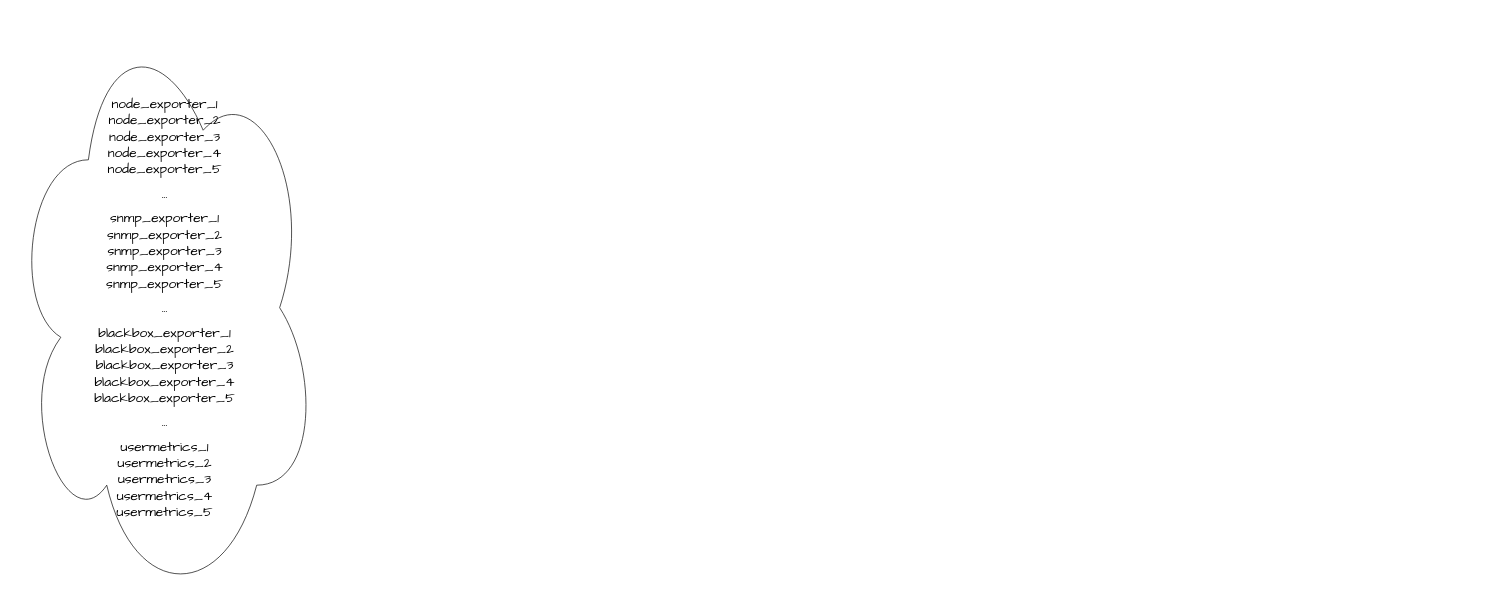
Above: 未命名绘图.drawio in mazikai002/huashan (draw.io), before the change. Source tidied: cells renumbered, new cells numbered last; positions are measured from the earlier drawing's top-left corner, leaving out a move shared by most shapes. Both pictures are drawn from the tidied source at 68%, with x=0, y=0 at pixel (12, 12).
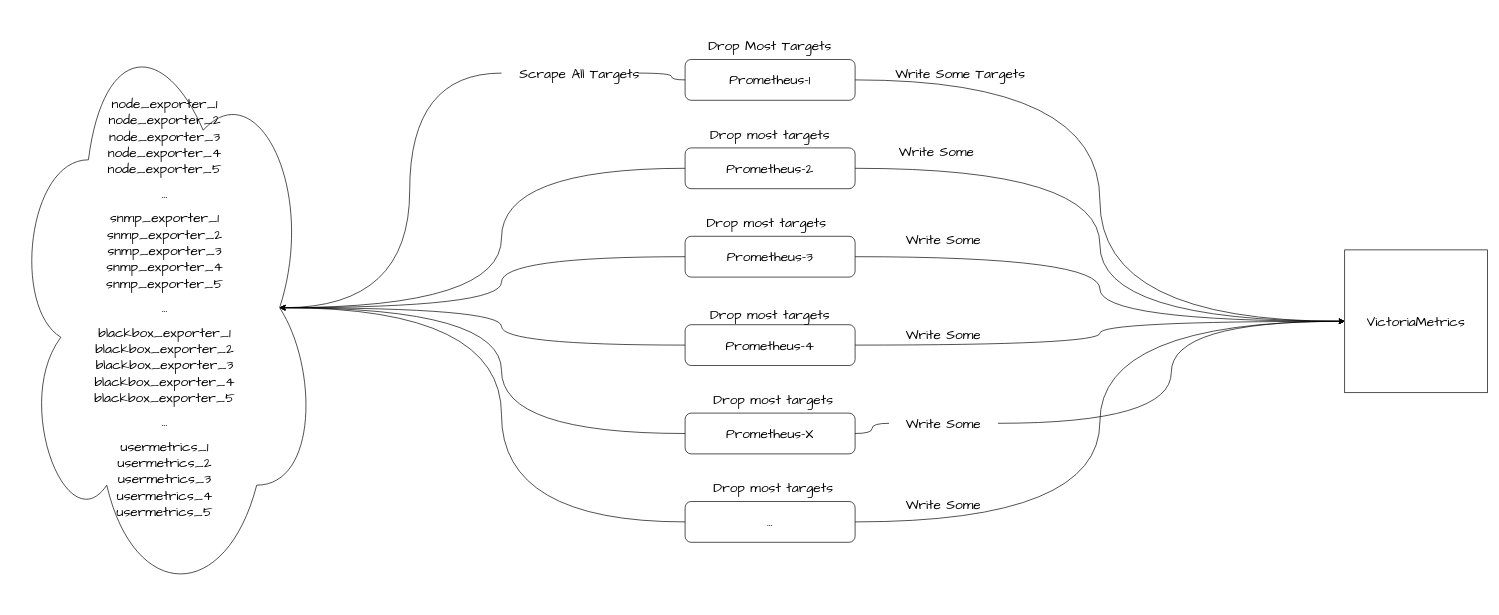
The same page after the edit.

Commit message (it also covers changes not shown here):
更新未命名绘图.drawio

Unchanged cells that the change refers to:
```xml
<mxCell id="2" value="&lt;p&gt;&lt;span style=&quot;font-family: &amp;quot;Comic Sans MS&amp;quot;; font-size: 20px;&quot;&gt;node&lt;/span&gt;&lt;span style=&quot;background-color: initial; font-family: &amp;quot;Comic Sans MS&amp;quot;; font-size: 20px;&quot;&gt;_exporter_1&lt;/span&gt;&lt;span style=&quot;font-family: &amp;quot;Comic Sans MS&amp;quot;; font-size: 20px;&quot;&gt;&lt;br&gt;&lt;/span&gt;&lt;span style=&quot;font-family: &amp;quot;Comic Sans MS&amp;quot;; font-size: 20px;&quot;&gt;node&lt;/span&gt;&lt;span style=&quot;background-color: initial; font-family: &amp;quot;Comic Sans MS&amp;quot;; font-size: 20px;&quot;&gt;_exporter_2&lt;/span&gt;&lt;span style=&quot;background-color: initial; font-family: &amp;quot;Comic Sans MS&amp;quot;; font-size: 20px;&quot;&gt;&lt;br&gt;&lt;/span&gt;&lt;span style=&quot;font-family: &amp;quot;Comic Sans MS&amp;quot;; font-size: 20px;&quot;&gt;node&lt;/span&gt;&lt;span style=&quot;background-color: initial; font-family: &amp;quot;Comic Sans MS&amp;quot;; font-size: 20px;&quot;&gt;_exporter_3&lt;/span&gt;&lt;span style=&quot;font-family: &amp;quot;Comic Sans MS&amp;quot;; font-size: 20px;&quot;&gt;&lt;br&gt;&lt;/span&gt;&lt;span style=&quot;font-family: &amp;quot;Comic Sans MS&amp;quot;; font-size: 20px;&quot;&gt;node&lt;/span&gt;&lt;span style=&quot;background-color: initial; font-family: &amp;quot;Comic Sans MS&amp;quot;; font-size: 20px;&quot;&gt;_exporter&lt;/span&gt;&lt;span style=&quot;font-family: &amp;quot;Comic Sans MS&amp;quot;; font-size: 20px;&quot;&gt;_4&lt;/span&gt;&lt;span style=&quot;font-family: &amp;quot;Comic Sans MS&amp;quot;; font-size: 20px;&quot;&gt;&lt;br&gt;&lt;/span&gt;&lt;span style=&quot;font-family: &amp;quot;Comic Sans MS&amp;quot;; font-size: 20px;&quot;&gt;node&lt;/span&gt;&lt;span style=&quot;background-color: initial; font-family: &amp;quot;Comic Sans MS&amp;quot;; font-size: 20px;&quot;&gt;_exporter_5&lt;/span&gt;&lt;/p&gt;&lt;p&gt;&lt;span style=&quot;background-color: initial; font-family: &amp;quot;Comic Sans MS&amp;quot;; font-size: 20px;&quot;&gt;...&lt;/span&gt;&lt;/p&gt;&lt;p&gt;&lt;span style=&quot;font-family: &amp;quot;Comic Sans MS&amp;quot;; font-size: 20px;&quot;&gt;snmp&lt;/span&gt;&lt;span style=&quot;background-color: initial; font-family: &amp;quot;Comic Sans MS&amp;quot;; font-size: 20px;&quot;&gt;_exporter_1&lt;/span&gt;&lt;span style=&quot;font-family: &amp;quot;Comic Sans MS&amp;quot;; font-size: 20px;&quot;&gt;&lt;br&gt;&lt;/span&gt;&lt;span style=&quot;font-family: &amp;quot;Comic Sans MS&amp;quot;; font-size: 20px;&quot;&gt;snmp&lt;/span&gt;&lt;span style=&quot;background-color: initial; font-family: &amp;quot;Comic Sans MS&amp;quot;; font-size: 20px;&quot;&gt;_exporter_2&lt;/span&gt;&lt;span style=&quot;background-color: initial; font-family: &amp;quot;Comic Sans MS&amp;quot;; font-size: 20px;&quot;&gt;&lt;br&gt;&lt;/span&gt;&lt;span style=&quot;font-family: &amp;quot;Comic Sans MS&amp;quot;; font-size: 20px;&quot;&gt;snmp&lt;/span&gt;&lt;span style=&quot;background-color: initial; font-family: &amp;quot;Comic Sans MS&amp;quot;; font-size: 20px;&quot;&gt;_exporter_3&lt;/span&gt;&lt;span style=&quot;font-family: &amp;quot;Comic Sans MS&amp;quot;; font-size: 20px;&quot;&gt;&lt;br&gt;&lt;/span&gt;&lt;span style=&quot;font-family: &amp;quot;Comic Sans MS&amp;quot;; font-size: 20px;&quot;&gt;snmp&lt;/span&gt;&lt;span style=&quot;background-color: initial; font-family: &amp;quot;Comic Sans MS&amp;quot;; font-size: 20px;&quot;&gt;_exporter_4&lt;/span&gt;&lt;span style=&quot;font-family: &amp;quot;Comic Sans MS&amp;quot;; font-size: 20px;&quot;&gt;&lt;br&gt;&lt;/span&gt;&lt;span style=&quot;font-family: &amp;quot;Comic Sans MS&amp;quot;; font-size: 20px;&quot;&gt;snmp&lt;/span&gt;&lt;span style=&quot;background-color: initial; font-family: &amp;quot;Comic Sans MS&amp;quot;; font-size: 20px;&quot;&gt;_exporter_5&lt;/span&gt;&lt;br&gt;&lt;/p&gt;&lt;p&gt;&lt;span style=&quot;font-family: &amp;quot;Comic Sans MS&amp;quot;; font-size: 20px;&quot;&gt;...&lt;/span&gt;&lt;br&gt;&lt;/p&gt;&lt;p&gt;&lt;/p&gt;&lt;span style=&quot;font-family: &amp;quot;Comic Sans MS&amp;quot;; font-size: 20px;&quot;&gt;blackbox&lt;/span&gt;&lt;span style=&quot;font-family: &amp;quot;Comic Sans MS&amp;quot;; font-size: 20px; background-color: initial;&quot;&gt;_exporter_1&lt;/span&gt;&lt;span style=&quot;font-family: &amp;quot;Comic Sans MS&amp;quot;; font-size: 20px;&quot;&gt;&lt;br&gt;&lt;/span&gt;&lt;span style=&quot;font-family: &amp;quot;Comic Sans MS&amp;quot;; font-size: 20px;&quot;&gt;blackbox&lt;/span&gt;&lt;span style=&quot;font-family: &amp;quot;Comic Sans MS&amp;quot;; font-size: 20px; background-color: initial;&quot;&gt;_exporter_2&lt;br&gt;&lt;/span&gt;&lt;span style=&quot;font-family: &amp;quot;Comic Sans MS&amp;quot;; font-size: 20px;&quot;&gt;blackbox&lt;/span&gt;&lt;span style=&quot;background-color: initial; font-family: &amp;quot;Comic Sans MS&amp;quot;; font-size: 20px;&quot;&gt;_exporter_3&lt;/span&gt;&lt;span style=&quot;font-family: &amp;quot;Comic Sans MS&amp;quot;; font-size: 20px;&quot;&gt;&lt;br&gt;&lt;/span&gt;&lt;span style=&quot;font-family: &amp;quot;Comic Sans MS&amp;quot;; font-size: 20px;&quot;&gt;blackbox&lt;/span&gt;&lt;span style=&quot;background-color: initial; font-family: &amp;quot;Comic Sans MS&amp;quot;; font-size: 20px;&quot;&gt;_exporter_4&lt;/span&gt;&lt;span style=&quot;font-family: &amp;quot;Comic Sans MS&amp;quot;; font-size: 20px;&quot;&gt;&lt;br&gt;&lt;/span&gt;&lt;span style=&quot;font-family: &amp;quot;Comic Sans MS&amp;quot;; font-size: 20px;&quot;&gt;blackbox&lt;/span&gt;&lt;span style=&quot;background-color: initial; font-family: &amp;quot;Comic Sans MS&amp;quot;; font-size: 20px;&quot;&gt;_exporter_5&lt;/span&gt;&lt;span style=&quot;font-family: &amp;quot;Comic Sans MS&amp;quot;; font-size: 20px;&quot;&gt;&lt;br&gt;&lt;/span&gt;&lt;p&gt;&lt;span style=&quot;font-family: &amp;quot;Comic Sans MS&amp;quot;; font-size: 20px;&quot;&gt;...&lt;/span&gt;&lt;br&gt;&lt;/p&gt;&lt;p&gt;&lt;span style=&quot;background-color: initial; font-family: &amp;quot;Comic Sans MS&amp;quot;; font-size: 20px;&quot;&gt;usermetrics_1&lt;/span&gt;&lt;span style=&quot;font-family: &amp;quot;Comic Sans MS&amp;quot;; font-size: 20px;&quot;&gt;&lt;br&gt;&lt;/span&gt;&lt;span style=&quot;font-family: &amp;quot;Comic Sans MS&amp;quot;; font-size: 20px;&quot;&gt;usermetrics&lt;/span&gt;&lt;span style=&quot;background-color: initial; font-family: &amp;quot;Comic Sans MS&amp;quot;; font-size: 20px;&quot;&gt;_2&lt;br&gt;&lt;/span&gt;&lt;span style=&quot;font-family: &amp;quot;Comic Sans MS&amp;quot;; font-size: 20px;&quot;&gt;usermetrics&lt;/span&gt;&lt;span style=&quot;background-color: initial; font-family: &amp;quot;Comic Sans MS&amp;quot;; font-size: 20px;&quot;&gt;_3&lt;/span&gt;&lt;span style=&quot;font-family: &amp;quot;Comic Sans MS&amp;quot;; font-size: 20px;&quot;&gt;&lt;br&gt;&lt;/span&gt;&lt;span style=&quot;font-family: &amp;quot;Comic Sans MS&amp;quot;; font-size: 20px;&quot;&gt;usermetrics&lt;/span&gt;&lt;span style=&quot;background-color: initial; font-family: &amp;quot;Comic Sans MS&amp;quot;; font-size: 20px;&quot;&gt;_4&lt;/span&gt;&lt;span style=&quot;font-family: &amp;quot;Comic Sans MS&amp;quot;; font-size: 20px;&quot;&gt;&lt;br&gt;&lt;/span&gt;&lt;span style=&quot;font-family: &amp;quot;Comic Sans MS&amp;quot;; font-size: 20px;&quot;&gt;usermetrics&lt;/span&gt;&lt;span style=&quot;background-color: initial; font-family: &amp;quot;Comic Sans MS&amp;quot;; font-size: 20px;&quot;&gt;_5&lt;/span&gt;&lt;br&gt;&lt;/p&gt;" style="ellipse;shape=cloud;whiteSpace=wrap;html=1;" parent="1" vertex="1">
  <mxGeometry width="450" height="870" as="geometry" />
</mxCell>
```

What changed in the source:
```diff
@@
+    <mxCell id="3" style="edgeStyle=orthogonalEdgeStyle;rounded=0;jettySize=auto;html=1;exitX=1;exitY=0.5;exitDx=0;exitDy=0;entryX=0;entryY=0.5;entryDx=0;entryDy=0;fontFamily=Comic Sans MS;fontSize=20;curved=1;" parent="1" edge="1" source="5" target="21">
+      <mxGeometry relative="1" as="geometry" />
+    </mxCell>
+    <mxCell id="4" style="edgeStyle=orthogonalEdgeStyle;curved=1;rounded=0;jettySize=auto;html=1;exitX=0;exitY=0.5;exitDx=0;exitDy=0;entryX=0.875;entryY=0.5;entryDx=0;entryDy=0;entryPerimeter=0;fontFamily=Comic Sans MS;fontSize=20;startArrow=none;" parent="1" edge="1" source="35" target="2">
+      <mxGeometry relative="1" as="geometry" />
+    </mxCell>
+    <mxCell id="5" value="Prometheus-1" style="rounded=1;whiteSpace=wrap;html=1;fontFamily=Comic Sans MS;fontSize=20;" parent="1" vertex="1">
+      <mxGeometry x="990" y="70" width="250" height="60" as="geometry" />
+    </mxCell>
+    <mxCell id="6" style="edgeStyle=orthogonalEdgeStyle;curved=1;rounded=0;jettySize=auto;html=1;exitX=1;exitY=0.5;exitDx=0;exitDy=0;entryX=0;entryY=0.5;entryDx=0;entryDy=0;fontFamily=Comic Sans MS;fontSize=20;" parent="1" edge="1" source="8" target="21">
+      <mxGeometry relative="1" as="geometry" />
+    </mxCell>
+    <mxCell id="7" style="edgeStyle=orthogonalEdgeStyle;curved=1;rounded=0;jettySize=auto;html=1;exitX=0;exitY=0.5;exitDx=0;exitDy=0;entryX=0.875;entryY=0.5;entryDx=0;entryDy=0;entryPerimeter=0;fontFamily=Comic Sans MS;fontSize=20;" parent="1" edge="1" source="8" target="2">
+      <mxGeometry relative="1" as="geometry" />
+    </mxCell>
+    <mxCell id="8" value="Prometheus-2" style="rounded=1;whiteSpace=wrap;html=1;fontFamily=Comic Sans MS;fontSize=20;" parent="1" vertex="1">
+      <mxGeometry x="990" y="200" width="250" height="60" as="geometry" />
+    </mxCell>
+    <mxCell id="9" style="edgeStyle=orthogonalEdgeStyle;curved=1;rounded=0;jettySize=auto;html=1;exitX=1;exitY=0.5;exitDx=0;exitDy=0;fontFamily=Comic Sans MS;fontSize=20;entryX=0;entryY=0.5;entryDx=0;entryDy=0;" parent="1" edge="1" source="11" target="21">
+      <mxGeometry relative="1" as="geometry" />
+    </mxCell>
+    <mxCell id="10" style="edgeStyle=orthogonalEdgeStyle;curved=1;rounded=0;jettySize=auto;html=1;exitX=0;exitY=0.5;exitDx=0;exitDy=0;entryX=0.875;entryY=0.5;entryDx=0;entryDy=0;entryPerimeter=0;fontFamily=Comic Sans MS;fontSize=20;" parent="1" edge="1" source="11" target="2">
+      <mxGeometry relative="1" as="geometry" />
+    </mxCell>
+    <mxCell id="11" value="Prometheus-3" style="rounded=1;whiteSpace=wrap;html=1;fontFamily=Comic Sans MS;fontSize=20;" parent="1" vertex="1">
+      <mxGeometry x="990" y="330" width="250" height="60" as="geometry" />
+    </mxCell>
+    <mxCell id="12" style="edgeStyle=orthogonalEdgeStyle;curved=1;rounded=0;jettySize=auto;html=1;exitX=1;exitY=0.5;exitDx=0;exitDy=0;fontFamily=Comic Sans MS;fontSize=20;" parent="1" edge="1" source="14" target="21">
+      <mxGeometry relative="1" as="geometry" />
+    </mxCell>
+    <mxCell id="13" style="edgeStyle=orthogonalEdgeStyle;curved=1;rounded=0;jettySize=auto;html=1;exitX=0;exitY=0.5;exitDx=0;exitDy=0;entryX=0.875;entryY=0.5;entryDx=0;entryDy=0;entryPerimeter=0;fontFamily=Comic Sans MS;fontSize=20;" parent="1" edge="1" source="14" target="2">
+      <mxGeometry relative="1" as="geometry" />
+    </mxCell>
+    <mxCell id="14" value="Prometheus-4" style="rounded=1;whiteSpace=wrap;html=1;fontFamily=Comic Sans MS;fontSize=20;" parent="1" vertex="1">
+      <mxGeometry x="990" y="460" width="250" height="60" as="geometry" />
+    </mxCell>
+    <mxCell id="15" style="edgeStyle=orthogonalEdgeStyle;curved=1;rounded=0;jettySize=auto;html=1;exitX=1;exitY=0.5;exitDx=0;exitDy=0;entryX=0;entryY=0.5;entryDx=0;entryDy=0;fontFamily=Comic Sans MS;fontSize=20;startArrow=none;" parent="1" edge="1" source="32" target="21">
+      <mxGeometry relative="1" as="geometry" />
+    </mxCell>
+    <mxCell id="16" style="edgeStyle=orthogonalEdgeStyle;curved=1;rounded=0;jettySize=auto;html=1;exitX=0;exitY=0.5;exitDx=0;exitDy=0;entryX=0.875;entryY=0.5;entryDx=0;entryDy=0;entryPerimeter=0;fontFamily=Comic Sans MS;fontSize=20;" parent="1" edge="1" source="17" target="2">
+      <mxGeometry relative="1" as="geometry" />
+    </mxCell>
+    <mxCell id="17" value="Prometheus-X" style="rounded=1;whiteSpace=wrap;html=1;fontFamily=Comic Sans MS;fontSize=20;" parent="1" vertex="1">
+      <mxGeometry x="990" y="590" width="250" height="60" as="geometry" />
+    </mxCell>
+    <mxCell id="18" style="edgeStyle=orthogonalEdgeStyle;curved=1;rounded=0;jettySize=auto;html=1;exitX=1;exitY=0.5;exitDx=0;exitDy=0;entryX=0;entryY=0.5;entryDx=0;entryDy=0;fontFamily=Comic Sans MS;fontSize=20;" parent="1" edge="1" source="20" target="21">
+      <mxGeometry relative="1" as="geometry" />
+    </mxCell>
+    <mxCell id="19" style="edgeStyle=orthogonalEdgeStyle;curved=1;rounded=0;jettySize=auto;html=1;exitX=0;exitY=0.5;exitDx=0;exitDy=0;entryX=0.875;entryY=0.5;entryDx=0;entryDy=0;entryPerimeter=0;fontFamily=Comic Sans MS;fontSize=20;" parent="1" edge="1" source="20" target="2">
+      <mxGeometry relative="1" as="geometry" />
+    </mxCell>
+    <mxCell id="20" value="..." style="rounded=1;whiteSpace=wrap;html=1;fontFamily=Comic Sans MS;fontSize=20;" parent="1" vertex="1">
+      <mxGeometry x="990" y="720" width="250" height="60" as="geometry" />
+    </mxCell>
+    <mxCell id="21" value="VictoriaMetrics" style="whiteSpace=wrap;html=1;fontFamily=Comic Sans MS;fontSize=20;" parent="1" vertex="1">
+      <mxGeometry x="1960" y="350" width="210" height="210" as="geometry" />
+    </mxCell>
+    <mxCell id="22" value="Write Some Targets" style="text;html=1;strokeColor=none;fillColor=none;align=center;verticalAlign=middle;whiteSpace=wrap;rounded=0;fontFamily=Comic Sans MS;fontSize=20;" parent="1" vertex="1">
+      <mxGeometry x="1270" y="70" width="250" height="40" as="geometry" />
+    </mxCell>
+    <mxCell id="23" value="Drop Most Targets" style="text;html=1;strokeColor=none;fillColor=none;align=center;verticalAlign=middle;whiteSpace=wrap;rounded=0;fontFamily=Comic Sans MS;fontSize=20;" parent="1" vertex="1">
+      <mxGeometry x="1005" y="40" width="220" height="20" as="geometry" />
+    </mxCell>
+    <mxCell id="24" value="Drop most targets" style="text;html=1;strokeColor=none;fillColor=none;align=center;verticalAlign=middle;whiteSpace=wrap;rounded=0;fontFamily=Comic Sans MS;fontSize=20;" parent="1" vertex="1">
+      <mxGeometry x="1005" y="170" width="220" height="20" as="geometry" />
+    </mxCell>
+    <mxCell id="25" value="Drop most targets" style="text;html=1;strokeColor=none;fillColor=none;align=center;verticalAlign=middle;whiteSpace=wrap;rounded=0;fontFamily=Comic Sans MS;fontSize=20;" parent="1" vertex="1">
+      <mxGeometry x="1000" y="300" width="220" height="20" as="geometry" />
+    </mxCell>
+    <mxCell id="26" value="Drop most targets" style="text;html=1;strokeColor=none;fillColor=none;align=center;verticalAlign=middle;whiteSpace=wrap;rounded=0;fontFamily=Comic Sans MS;fontSize=20;" parent="1" vertex="1">
+      <mxGeometry x="1005" y="435" width="220" height="20" as="geometry" />
+    </mxCell>
+    <mxCell id="27" value="Drop most targets" style="text;html=1;strokeColor=none;fillColor=none;align=center;verticalAlign=middle;whiteSpace=wrap;rounded=0;fontFamily=Comic Sans MS;fontSize=20;" parent="1" vertex="1">
+      <mxGeometry x="1010" y="560" width="220" height="20" as="geometry" />
+    </mxCell>
+    <mxCell id="28" value="Drop most targets" style="text;html=1;strokeColor=none;fillColor=none;align=center;verticalAlign=middle;whiteSpace=wrap;rounded=0;fontFamily=Comic Sans MS;fontSize=20;" parent="1" vertex="1">
+      <mxGeometry x="1010" y="690" width="220" height="20" as="geometry" />
+    </mxCell>
+    <mxCell id="29" value="Write Some" style="text;html=1;strokeColor=none;fillColor=none;align=center;verticalAlign=middle;whiteSpace=wrap;rounded=0;fontFamily=Comic Sans MS;fontSize=20;" parent="1" vertex="1">
+      <mxGeometry x="1280" y="190" width="160" height="30" as="geometry" />
+    </mxCell>
+    <mxCell id="30" value="Write Some" style="text;html=1;strokeColor=none;fillColor=none;align=center;verticalAlign=middle;whiteSpace=wrap;rounded=0;fontFamily=Comic Sans MS;fontSize=20;" parent="1" vertex="1">
+      <mxGeometry x="1290" y="320" width="160" height="30" as="geometry" />
+    </mxCell>
+    <mxCell id="31" value="Write Some" style="text;html=1;strokeColor=none;fillColor=none;align=center;verticalAlign=middle;whiteSpace=wrap;rounded=0;fontFamily=Comic Sans MS;fontSize=20;" parent="1" vertex="1">
+      <mxGeometry x="1290" y="460" width="160" height="30" as="geometry" />
+    </mxCell>
+    <mxCell id="32" value="Write Some" style="text;html=1;strokeColor=none;fillColor=none;align=center;verticalAlign=middle;whiteSpace=wrap;rounded=0;fontFamily=Comic Sans MS;fontSize=20;" parent="1" vertex="1">
+      <mxGeometry x="1290" y="590" width="160" height="30" as="geometry" />
+    </mxCell>
+    <mxCell id="33" style="edgeStyle=orthogonalEdgeStyle;curved=1;rounded=0;jettySize=auto;html=1;exitX=1;exitY=0.5;exitDx=0;exitDy=0;entryX=0;entryY=0.5;entryDx=0;entryDy=0;fontFamily=Comic Sans MS;fontSize=20;endArrow=none;" parent="1" edge="1" source="17" target="32">
+      <mxGeometry relative="1" as="geometry" />
+    </mxCell>
+    <mxCell id="34" value="Write Some" style="text;html=1;strokeColor=none;fillColor=none;align=center;verticalAlign=middle;whiteSpace=wrap;rounded=0;fontFamily=Comic Sans MS;fontSize=20;" parent="1" vertex="1">
+      <mxGeometry x="1290" y="710" width="160" height="30" as="geometry" />
+    </mxCell>
+    <mxCell id="35" value="Scrape All Targets" style="text;html=1;strokeColor=none;fillColor=none;align=center;verticalAlign=middle;whiteSpace=wrap;rounded=0;fontFamily=Comic Sans MS;fontSize=20;" parent="1" vertex="1">
+      <mxGeometry x="720" y="80" width="230" height="20" as="geometry" />
+    </mxCell>
+    <mxCell id="36" style="edgeStyle=orthogonalEdgeStyle;curved=1;rounded=0;jettySize=auto;html=1;exitX=0;exitY=0.5;exitDx=0;exitDy=0;entryX=0.875;entryY=0.5;entryDx=0;entryDy=0;entryPerimeter=0;fontFamily=Comic Sans MS;fontSize=20;endArrow=none;" parent="1" edge="1" source="5" target="35">
+      <mxGeometry relative="1" as="geometry" />
+    </mxCell>
```
